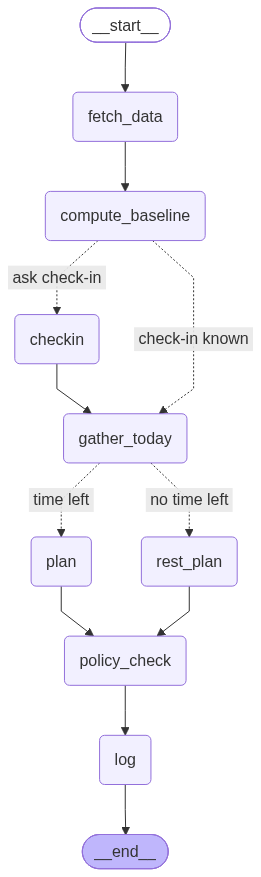
The Mermaid diagram docs/graph.png in sakethss98/oura-coach, before a commit. Its source is kept beside it as docs/graph.mmd.
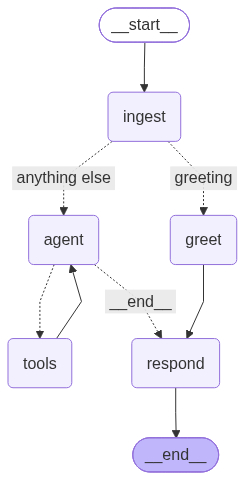
Later version of the same file.

What changed in the source:
```diff
@@ -5,26 +5,20 @@
 ---
 graph TD;
 	__start__([<p>__start__</p>]):::first
-	fetch_data(fetch_data)
-	compute_baseline(compute_baseline)
-	checkin(checkin)
-	gather_today(gather_today)
-	plan(plan)
-	rest_plan(rest_plan)
-	policy_check(policy_check)
-	log(log)
+	ingest(ingest)
+	greet(greet)
+	agent(agent)
+	tools(tools)
+	respond(respond)
 	__end__([<p>__end__</p>]):::last
-	__start__ --> fetch_data;
-	checkin --> gather_today;
-	compute_baseline -. &nbsp;ask check-in&nbsp; .-> checkin;
-	compute_baseline -. &nbsp;check-in known&nbsp; .-> gather_today;
-	fetch_data --> compute_baseline;
-	gather_today -. &nbsp;time left&nbsp; .-> plan;
-	gather_today -. &nbsp;no time left&nbsp; .-> rest_plan;
-	plan --> policy_check;
-	policy_check --> log;
-	rest_plan --> policy_check;
-	log --> __end__;
+	__start__ --> ingest;
+	agent -. &nbsp;__end__&nbsp; .-> respond;
+	agent -.-> tools;
+	greet --> respond;
+	ingest -. &nbsp;anything else&nbsp; .-> agent;
+	ingest -. &nbsp;greeting&nbsp; .-> greet;
+	tools --> agent;
+	respond --> __end__;
 	classDef default fill:#f2f0ff,line-height:1.2
 	classDef first fill-opacity:0
 	classDef last fill:#bfb6fc
```
